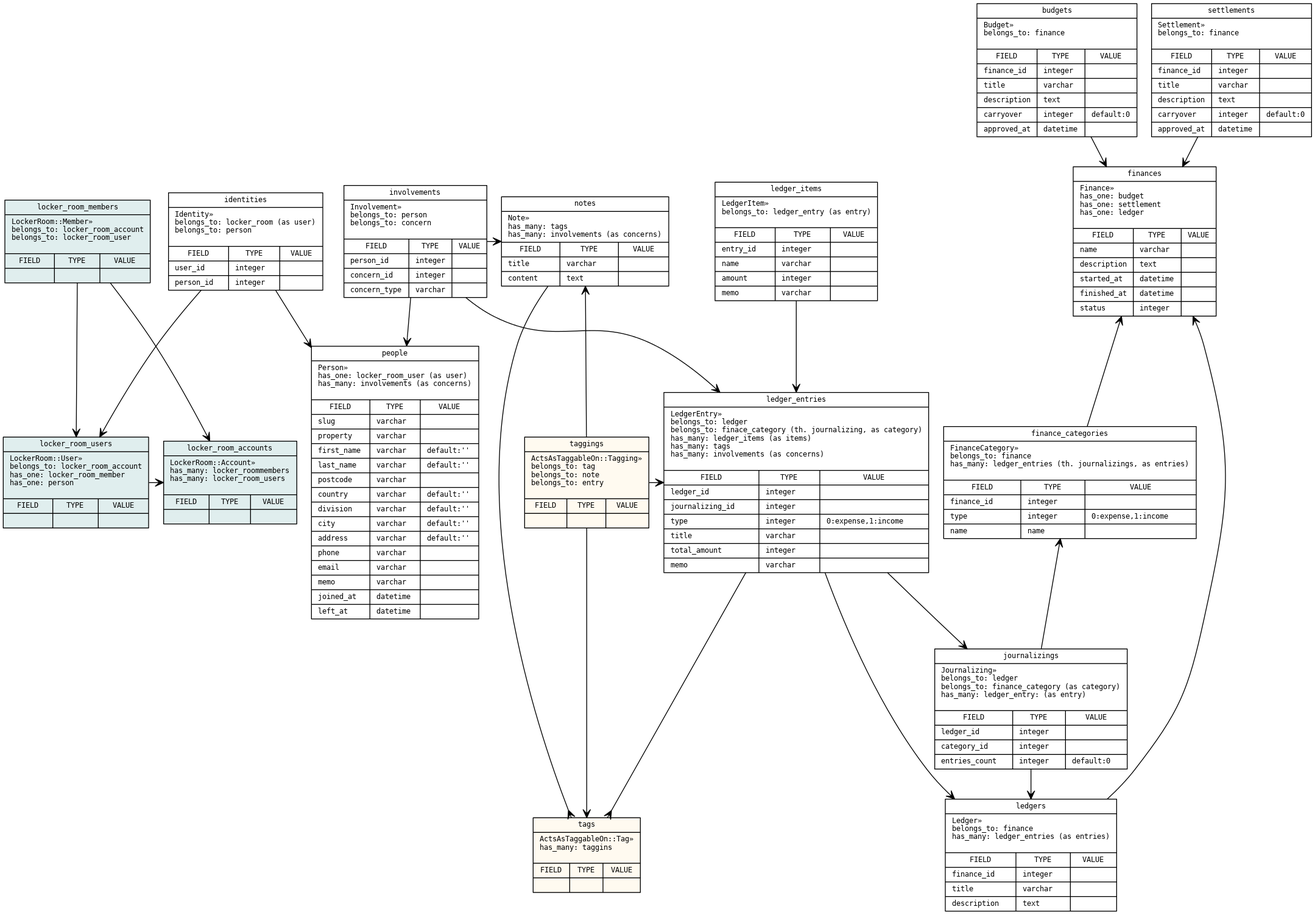
Before: doc/er.png, a diagram exported from Graphviz (grauwoelfchen/clerkdesk). Its source is kept beside it as doc/er.dot.
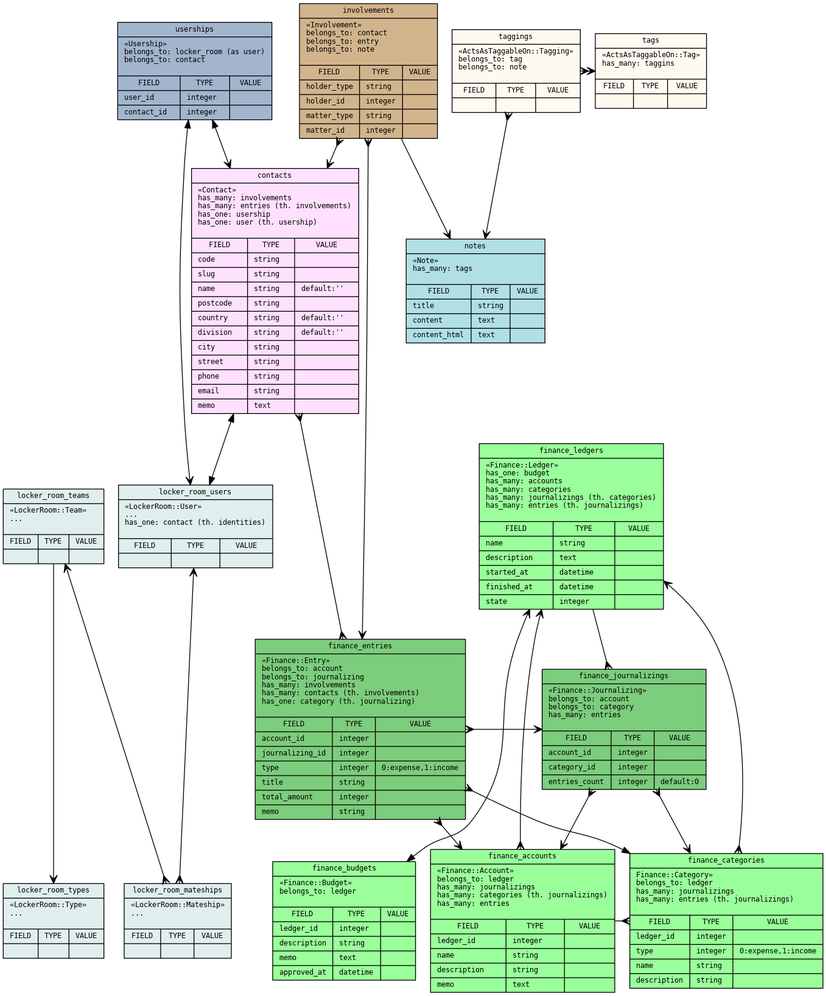
Above is the later version.

What changed in the source:
```diff
@@ -3,7 +3,6 @@
    * Style
    *
    */
-
   graph [fontname = "DejaVuSansMono"; fontsize = 9];
   node  [fontname = "DejaVuSansMono"; fontsize = 9];
   edge  [fontname = "DejaVuSansMono"; fontsize = 9];
@@ -12,14 +11,25 @@
    * Node
    *
    */
-
   node [ // object
     shape   = record
     rankdir = LR
   ]
 
-  LockerRoomAccount [
-    label = "{locker_room_accounts|«LockerRoom::Account»\lhas_many: locker_roommembers\lhas_many: locker_room_users\l\n|{ \
+
+  LockerRoomTeam [
+    label = "{locker_room_teams|\«LockerRoom::Team\»\l...\l\n|{ \
+      {FIELD|\l}| \
+      {TYPE|\l}| \
+      {VALUE|\l} \
+    }}"
+    style     = "filled"
+    fontcolor = "black"
+    fillcolor = "azure2"
+  ]
+
+  LockerRoomType [
+    label = "{locker_room_types|\«LockerRoom::Type\»\l...\l\n|{ \
       {FIELD|\l}| \
       {TYPE|\l}| \
       {VALUE|\l} \
@@ -30,7 +40,7 @@
   ]
 
   LockerRoomUser [
-    label = "{locker_room_users|«LockerRoom::User»\lbelongs_to: locker_room_account\lhas_one: locker_room_member\lhas_one: person\l\n|{ \
+    label = "{locker_room_users|\«LockerRoom::User\»\l...\lhas_one: contact (th. identities)\l\n|{ \
       {FIELD|\l}| \
       {TYPE|\l}| \
       {VALUE|\l} \
@@ -40,8 +50,8 @@
     fillcolor = "azure2"
   ]
 
-  LockerRoomMember [
-    label = "{locker_room_members|«LockerRoom::Member»\lbelongs_to: locker_room_account\lbelongs_to: locker_room_user\l\n|{ \
+  LockerRoomMateship [
+    label = "{locker_room_mateships|\«LockerRoom::Mateship\»\l...\l\n|{ \
       {FIELD|\l}| \
       {TYPE|\l}| \
       {VALUE|\l} \
@@ -51,8 +61,9 @@
     fillcolor = "azure2"
   ]
 
+
   Tag [
-    label = "{tags|«ActsAsTaggableOn::Tag»\lhas_many: taggins\l\n|{ \
+    label = "{tags|\«ActsAsTaggableOn::Tag\»\lhas_many: taggins\l\n|{ \
       {FIELD|\l}| \
       {TYPE|\l}| \
       {VALUE|\l} \
@@ -63,7 +74,7 @@
   ]
 
   Tagging [
-    label = "{taggings|«ActsAsTaggableOn::Tagging»\lbelongs_to: tag\lbelongs_to: note\lbelongs_to: entry\l\n|{ \
+    label = "{taggings|\«ActsAsTaggableOn::Tagging\»\lbelongs_to: tag\lbelongs_to: note\l\n|{ \
       {FIELD|\l}| \
       {TYPE|\l}| \
       {VALUE|\l} \
@@ -73,100 +84,115 @@
     fillcolor = "floralwhite"
   ]
 
-  Note [
-    label = "{notes|«Note»\lhas_many: tags\lhas_many: involvements (as concerns)\n|{ \
-      {FIELD|title\l|content\l}| \
-      {TYPE|varchar\l|text\l}| \
-      {VALUE|\l|\l} \
-    }}"
-  ]
 
-  Finance [
-    label = "{finances|«Finance»\lhas_one: budget\lhas_one: settlement\lhas_one: ledger\l\n|{ \
-      {FIELD|name\l|description\l|started_at\l|finished_at\l|status\l}| \
-      {TYPE|varchar\l|text\l|datetime\l|datetime\l|integer\l}| \
+  FinanceLedger [
+    label = "{finance_ledgers|\«Finance::Ledger\»\lhas_one: budget\lhas_many: accounts\lhas_many: categories\lhas_many: journalizings (th. categories)\lhas_many: entries (th. journalizings)\l\n|{ \
+      {FIELD|name\l|description\l|started_at\l|finished_at\l|state\l}| \
+      {TYPE|string\l|text\l|datetime\l|datetime\l|integer\l}| \
       {VALUE|\l|\l|\l|\l|\l} \
     }}"
+    style     = "filled"
+    fontcolor = "black"
+    fillcolor = "palegreen1"
   ]
 
   FinanceCategory [
-    label = "{finance_categories|«FinanceCategory»\lbelongs_to: finance\lhas_many: ledger_entries (th. journalizings, as entries)\l\n|{ \
-      {FIELD|finance_id\l|type\l|name\l}| \
-      {TYPE|integer\l|integer\l|name\l}| \
-      {VALUE|\l|0:expense,1:income\l|\l} \
+    label = "{finance_categories|«Finance::Category»\lbelongs_to: ledger\lhas_many: journalizings\lhas_many: entries (th. journalizings)\l\n|{ \
+      {FIELD|ledger_id\l|type\l|name\l|description\l}| \
+      {TYPE|integer\l|integer\l|string\l|string\l}| \
+      {VALUE|\l|0:expense,1:income\l|\l|\l} \
     }}"
+    style     = "filled"
+    fontcolor = "black"
+    fillcolor = "palegreen1"
   ]
 
-  Budget [
-    label = "{budgets|«Budget»\lbelongs_to: finance\l\n|{ \
-      {FIELD|finance_id\l|title\l|description\l|carryover\l|approved_at\l}| \
-      {TYPE|integer\l|varchar\l|text\l|integer\l|datetime}| \
-      {VALUE|\l|\l|\l|default:0\l|\l} \
+  FinanceBudget [
+    label = "{finance_budgets|\«Finance::Budget\»\lbelongs_to: ledger\l\n|{ \
+      {FIELD|ledger_id\l|description\l|memo\l|approved_at\l}| \
+      {TYPE|integer\l|string\l|text\l|datetime}| \
+      {VALUE|\l|\l|\l|\l} \
     }}"
+    style     = "filled"
+    fontcolor = "black"
+    fillcolor = "palegreen1"
   ]
 
-  Settlement [
-    label = "{settlements|«Settlement»\lbelongs_to: finance\l\n|{ \
-      {FIELD|finance_id\l|title\l|description\l|carryover\l|approved_at\l}| \
-      {TYPE|integer\l|varchar\l|text\l|integer\l|datetime}| \
-      {VALUE|\l|\l|\l|default:0\l|\l} \
+  FinanceAccount [
+    label = "{finance_accounts|\«Finance::Account\»\lbelongs_to: ledger\lhas_many: journalizings\lhas_many: categories (th. journalizings)\lhas_many: entries\l\n|{ \
+      {FIELD|ledger_id\l|name\l|description\l|memo\l}| \
+      {TYPE|integer\l|string\l|string\l|text\l}| \
+      {VALUE|\l|\l|\l|\l} \
     }}"
+    style     = "filled"
+    fontcolor = "black"
+    fillcolor = "palegreen1"
   ]
 
-  Ledger [
-    label = "{ledgers|«Ledger»\lbelongs_to: finance\lhas_many: ledger_entries (as entries)\l\n|{ \
-      {FIELD|finance_id\l|title\l|description\l}| \
-      {TYPE|integer\l|varchar\l|text\l}| \
-      {VALUE|\l|\l|\l} \
-    }}"
-  ]
-
-  Journalizing [
-    label = "{journalizings|«Journalizing»\lbelongs_to: ledger\lbelongs_to: finance_category (as category)\lhas_many: ledger_entry: (as entry)\l\n|{ \
-      {FIELD|ledger_id\l|category_id\l|entries_count\l}| \
+  FinanceJournalizing [
+    label = "{finance_journalizings|\«Finance::Journalizing\»\lbelongs_to: account\lbelongs_to: category\lhas_many: entries\l\n|{ \
+      {FIELD|account_id\l|category_id\l|entries_count\l}| \
       {TYPE|integer\l|integer\l|integer\l}| \
       {VALUE|\l|\l|default:0\l} \
     }}"
+    style     = "filled"
+    fontcolor = "black"
+    fillcolor = "palegreen3"
   ]
 
-  LedgerEntry [
-    label = "{ledger_entries|«LedgerEntry»\lbelongs_to: ledger\lbelongs_to: finace_category (th. journalizing, as category)\lhas_many: ledger_items (as items)\lhas_many: tags\lhas_many: involvements (as concerns)\l\n|{ \
-      {FIELD|ledger_id\l|journalizing_id\l|type\l|title\l|total_amount\l|memo\l}| \
-      {TYPE|integer\l|integer\l|integer\l|varchar\l|integer\l|varchar\l}| \
+  FinanceEntry [
+    label = "{finance_entries|\«Finance::Entry\»\lbelongs_to: account\lbelongs_to: journalizing\lhas_many: involvements\lhas_many: contacts (th. involvements)\lhas_one: category (th. journalizing)\l\n|{ \
+      {FIELD|account_id\l|journalizing_id\l|type\l|title\l|total_amount\l|memo\l}| \
+      {TYPE|integer\l|integer\l|integer\l|string\l|integer\l|string\l}| \
       {VALUE|\l|\l|0:expense,1:income\l|\l|\l|\l} \
     }}"
+    style     = "filled"
+    fontcolor = "black"
+    fillcolor = "palegreen3"
   ]
 
-  LedgerItem [
-    label = "{ledger_items|«LedgerItem»\lbelongs_to: ledger_entry (as entry)\l\n|{ \
-      {FIELD|entry_id\l|name\l|amount\l|memo\l}| \
-      {TYPE|integer\l|varchar\l|integer\l|varchar\l}| \
-      {VALUE|\l|\l|\l|\l} \
+  Note [
+    label = "{notes|\«Note\»\lhas_many: tags\l\n|{ \
+      {FIELD|title\l|content\l|content_html\l}| \
+      {TYPE|string\l|text\l|text\l}| \
+      {VALUE|\l|\l|\l} \
     }}"
+    style     = "filled"
+    fontcolor = "black"
+    fillcolor = "powderblue"
   ]
 
   Involvement [
-    label = "{involvements|«Involvement»\lbelongs_to: person\lbelongs_to: concern\l\n|{ \
-      {FIELD|person_id\l|concern_id\l|concern_type\l}| \
-      {TYPE|integer\l|integer\l|varchar\l}| \
-      {VALUE|\l|\l|\l} \
+    label = "{involvements|\«Involvement\»\lbelongs_to: contact\lbelongs_to: entry\lbelongs_to: note\l\n|{ \
+      {FIELD|holder_type\l|holder_id\l|matter_type\l|matter_id\l}| \
+      {TYPE|string\l|integer\l|string\l|integer\l}| \
+      {VALUE|\l|\l|\l|\l} \
     }}"
+    style     = "filled"
+    fontcolor = "black"
+    fillcolor = "tan"
   ]
 
-  Person [
-    label = "{people|«Person»\lhas_one: locker_room_user (as user)\lhas_many: involvements (as concerns)\l\n|{ \
-      {FIELD|slug\l|property\l|first_name\l|last_name\l|postcode\l|country\l|division\l|city\l|address\l|phone\l|email\l|memo\l|joined_at\l|left_at\l}| \
-      {TYPE|varchar\l|varchar\l|varchar\l|varchar\l|varchar\l|varchar\l|varchar\l|varchar\l|varchar\l|varchar\l|varchar\l|varchar\l|datetime\l|datetime\l}| \
-      {VALUE|\l|\l|default:''\l|default:''\l|\l|default:''\l|default:''\l|default:''\l|default:''\l|\l|\l|\l|\l|\l} \
+  Contact [
+    label = "{contacts|\«Contact\»\lhas_many: involvements\lhas_many: entries (th. involvements)\lhas_one: usership\lhas_one: user (th. usership)\l\n|{ \
+      {FIELD|code\l|slug\l|name\l|postcode\l|country\l|division\l|city\l|street\l|phone\l|email\l|memo\l}| \
+      {TYPE|string\l|string\l|string\l|string\l|string\l|string\l|string\l|string\l|string\l|string\l|text\l}| \
+      {VALUE|\l|\l|default:''\l|\l|default:''\l|default:''\l|\l|\l|\l|\l|\l} \
     }}"
+    style     = "filled"
+    fontcolor = "black"
+    fillcolor = "thistle1"
   ]
 
-  Identity [
-    label = "{identities|«Identity»\lbelongs_to: locker_room (as user)\lbelongs_to: person\l\n|{ \
-      {FIELD|user_id\l|person_id\l}| \
+  Usership [
+    label = "{userships|\«Usership\»\lbelongs_to: locker_room (as user)\lbelongs_to: contact\l\n|{ \
+      {FIELD|user_id\l|contact_id\l}| \
       {TYPE|integer\l|integer\l}| \
       {VALUE|\l|\l} \
     }}"
+    style     = "filled"
+    fontcolor = "black"
+    fillcolor = "lightsteelblue3"
   ]
 
   edge [ // table
@@ -179,6 +205,68 @@
    * Relation
    *
    */
+  edge [ // belongs_to -> has_many
+    arrowhead = vee
+    arrowtail = crow
+    headlabel = ""
+    taillabel = ""
+    dir       = both
+  ]
+
+  LockerRoomMateship -> LockerRoomTeam
+  LockerRoomMateship -> LockerRoomUser
+  Tagging -> Tag
+  Tagging -> Note
+  FinanceAccount  -> FinanceLedger
+  FinanceCategory -> FinanceLedger
+  FinanceEntry -> FinanceAccount
+  FinanceEntry -> FinanceJournalizing
+  FinanceJournalizing -> FinanceAccount
+  FinanceJournalizing -> FinanceCategory
+  Involvement -> Contact
+  Involvement -> FinanceEntry
+
+  edge [ // belongs_to -> has_one
+    arrowhead = vee
+    arrowtail = normal
+    headlabel = ""
+    taillabel = ""
+    dir       = both
+  ]
+
+  Usership -> LockerRoomUser
+  Usership -> Contact
+  FinanceBudget -> FinanceLedger
+
+  edge [ // has_one <-> has_one
+    arrowhead = normal
+    arrowtail = normal
+    headlabel = ""
+    taillabel = ""
+    dir       = both
+  ]
+
+  Contact -> LockerRoomUser
+
+  edge [ // has_one <-> has_many
+    arrowhead = normal
+    arrowtail = crow
+    headlabel = ""
+    taillabel = ""
+    dir       = both
+  ]
+
+  FinanceEntry -> FinanceCategory
+
+  edge [ // has_many <-> has_many
+    arrowhead = crow
+    arrowtail = crow
+    headlabel = ""
+    taillabel = ""
+    dir       = both
+  ]
+
+  Contact -> FinanceEntry
 
   edge [ // has_many
     arrowhead = crow
@@ -188,9 +276,8 @@
     dir       = both
   ]
 
-
-  Note        -> Tag
-  LedgerEntry -> Tag
+  FinanceAccount -> FinanceCategory
+  FinanceLedger  -> FinanceJournalizing
 
   edge [ // belongs_to
     arrowhead = vee
@@ -200,51 +287,11 @@
     dir       = both
   ]
 
-  LockerRoomMember -> LockerRoomAccount
-  LockerRoomMember -> LockerRoomUser
-  LockerRoomUser   -> LockerRoomAccount
-
-  Tagging -> Tag
-  Tagging -> Note
-  Tagging -> LedgerEntry
-
-  Budget     -> Finance
-  Settlement -> Finance
-  FinanceCategory -> Finance
-
-  Ledger      -> Finance
-  LedgerEntry -> Ledger
-  LedgerEntry -> Journalizing
-  LedgerItem  -> LedgerEntry
-
-  Journalizing -> Ledger
-  Journalizing -> FinanceCategory
-
-  Involvement -> Person
+  LockerRoomTeam -> LockerRoomType
   Involvement -> Note
-  Involvement -> LedgerEntry
-
-  Identity -> LockerRoomUser
-  Identity -> Person
 
   edge [ // has_one
     arrowhead = normal
-    arrowtail = none
-    headlabel = ""
-    taillabel = ""
-    dir       = both
-  ]
-
-  edge [ // has_and_belongs_to_many
-    arrowhead = crow
-    arrowtail = vee
-    headlabel = ""
-    taillabel = ""
-    dir       = both
-  ]
-
-  edge [
-    arrowhead = none
     arrowtail = none
     headlabel = ""
     taillabel = ""
@@ -256,12 +303,12 @@
    * Layout
    *
    */
+  {rank = same; LockerRoomMateship; LockerRoomType;};
+  {rank = same; LockerRoomTeam; LockerRoomUser;};
+  {rank = same; Tagging; Tag;};
+  {rank = same; FinanceBudget; FinanceAccount; FinanceCategory;};
+  {rank = same; FinanceEntry; FinanceJournalizing;};
 
-  {rank = same; LockerRoomMember;};
-  {rank = same; LockerRoomAccount; LockerRoomUser; Person};
-  {rank = same; Note; Involvement; Finance;};
-  {rank = same; Budget; Settlement;};
-  {rank = same; Involvement;};
-  {rank = same; Tagging; LedgerEntry;FinanceCategory;};
-  {rank = same; Tag; Ledger;};
+  {rank = same; LockerRoomUser; FinanceLedger;};
+  {rank = same; LockerRoomMateship; FinanceAccount;};
 }
```
